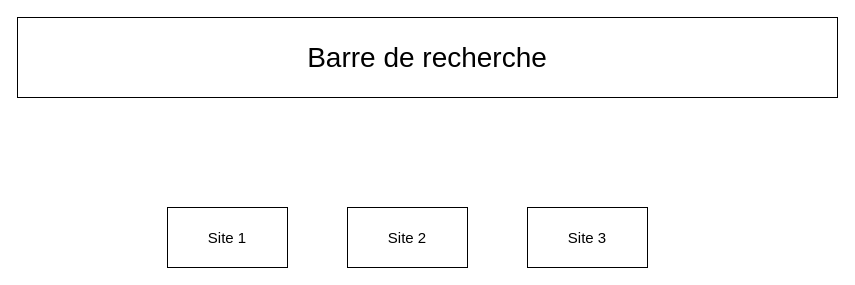
Earlier version of the draw.io diagram page "Accueil" (1 of 5) of interface_graphique.drawio (anthony-gouat/Projet_RMI_2021). Source tidied: cells renumbered, new cells numbered last; positions are measured from the earlier drawing's top-left corner, leaving out a move shared by most shapes. Both pictures are drawn from the tidied source at 100%, with x=0, y=0 at pixel (17, 17).
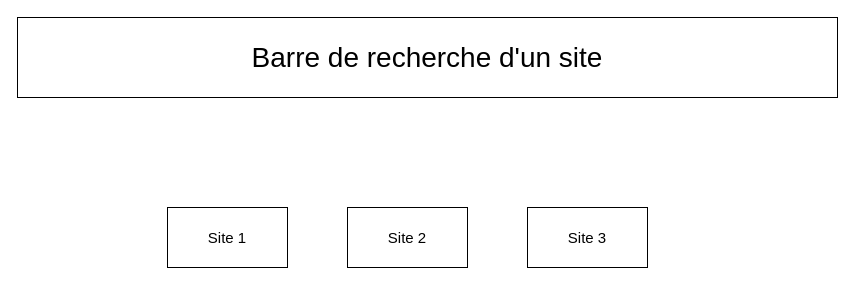
The same diagram, later.

Diff of the diagram source:
```diff
@@
 <mxGraphModel>
   <root>
     <mxCell id="0" />
     <mxCell id="1" parent="0" />
     <mxCell id="2" value="&lt;font style=&quot;font-size: 15px&quot;&gt;Site 1&lt;/font&gt;" style="rounded=0;whiteSpace=wrap;html=1;" parent="1" vertex="1">
       <mxGeometry x="150" y="190" width="120" height="60" as="geometry" />
     </mxCell>
     <mxCell id="3" value="&lt;font style=&quot;font-size: 15px&quot;&gt;Site 2&lt;/font&gt;" style="rounded=0;whiteSpace=wrap;html=1;" parent="1" vertex="1">
       <mxGeometry x="330" y="190" width="120" height="60" as="geometry" />
     </mxCell>
-    <mxCell id="4" value="&lt;font style=&quot;font-size: 28px&quot;&gt;Barre de recherche&lt;/font&gt;" style="rounded=0;whiteSpace=wrap;html=1;" parent="1" vertex="1">
+    <mxCell id="4" value="&lt;font style=&quot;font-size: 28px&quot;&gt;Barre de recherche d'un site&lt;/font&gt;" style="rounded=0;whiteSpace=wrap;html=1;" parent="1" vertex="1">
       <mxGeometry width="820" height="80" as="geometry" />
     </mxCell>
     <mxCell id="5" value="&lt;font style=&quot;font-size: 15px&quot;&gt;Site 3&lt;/font&gt;" style="rounded=0;whiteSpace=wrap;html=1;" parent="1" vertex="1">
       <mxGeometry x="510" y="190" width="120" height="60" as="geometry" />
     </mxCell>
   </root>
 </mxGraphModel>
```
